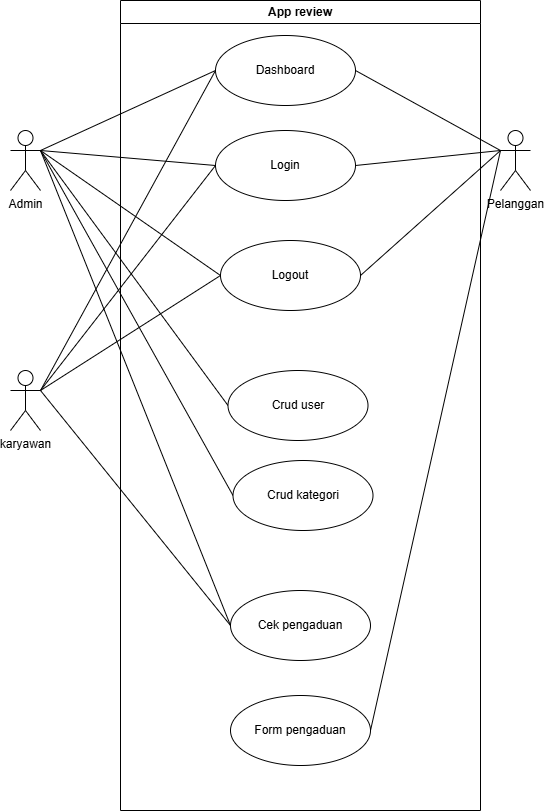
Above: laporan app pengaduan/Use case pengaduan.drawio.png in philia330/UKKP2_Fathir (draw.io), before the change. Source tidied: cells renumbered, new cells last; positions are measured from the earlier drawing's top-left corner, leaving out a move shared by most shapes.
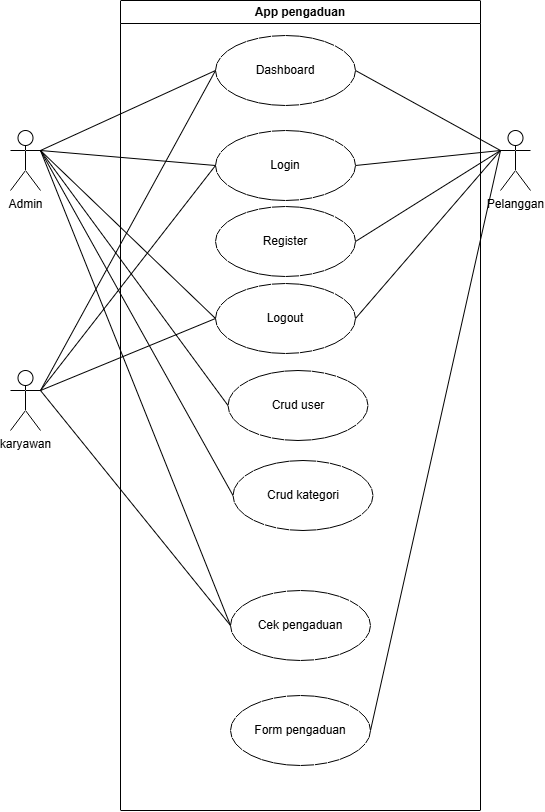
After the commit.

What changed in the source:
```diff
@@ -11,7 +11,7 @@
     <mxCell id="4" value="Pelanggan" style="shape=umlActor;verticalLabelPosition=bottom;verticalAlign=top;html=1;outlineConnect=0;" parent="1" vertex="1">
       <mxGeometry x="490" y="130" width="30" height="60" as="geometry" />
     </mxCell>
-    <mxCell id="5" value="App review" style="swimlane;whiteSpace=wrap;html=1;" parent="1" vertex="1">
+    <mxCell id="5" value="App pengaduan" style="swimlane;whiteSpace=wrap;html=1;" parent="1" vertex="1">
       <mxGeometry x="110" width="360" height="810" as="geometry" />
     </mxCell>
     <mxCell id="6" value="Dashboard" style="ellipse;whiteSpace=wrap;html=1;" parent="5" vertex="1">
@@ -21,7 +21,7 @@
       <mxGeometry x="95" y="130" width="140" height="70" as="geometry" />
     </mxCell>
     <mxCell id="8" value="Logout" style="ellipse;whiteSpace=wrap;html=1;" parent="5" vertex="1">
-      <mxGeometry x="100" y="240" width="140" height="70" as="geometry" />
+      <mxGeometry x="95" y="283" width="140" height="70" as="geometry" />
     </mxCell>
     <mxCell id="9" value="Cek pengaduan" style="ellipse;whiteSpace=wrap;html=1;" parent="5" vertex="1">
       <mxGeometry x="110" y="590" width="140" height="70" as="geometry" />
@@ -29,6 +29,9 @@
     <mxCell id="10" value="Form pengaduan" style="ellipse;whiteSpace=wrap;html=1;" parent="5" vertex="1">
       <mxGeometry x="110" y="695" width="140" height="70" as="geometry" />
     </mxCell>
+    <mxCell id="27" value="Register" style="ellipse;whiteSpace=wrap;html=1;" parent="5" vertex="1">
+      <mxGeometry x="95" y="206" width="140" height="70" as="geometry" />
+    </mxCell>
     <mxCell id="11" style="endArrow=none;html=1;rounded=0;exitX=1;exitY=0.3333333333333333;exitDx=0;exitDy=0;exitPerimeter=0;entryX=0;entryY=0.5;entryDx=0;entryDy=0;" parent="1" edge="1" source="2" target="6">
       <mxGeometry relative="1" as="geometry" />
     </mxCell>
@@ -77,5 +80,8 @@
     <mxCell id="26" style="endArrow=none;html=1;rounded=0;entryX=0;entryY=0.3333333333333333;entryDx=0;entryDy=0;entryPerimeter=0;exitX=1;exitY=0.5;exitDx=0;exitDy=0;" parent="1" edge="1" source="10" target="4">
       <mxGeometry relative="1" as="geometry" />
     </mxCell>
+    <mxCell id="28" style="endArrow=none;html=1;rounded=0;entryX=0;entryY=0.3333333333333333;entryDx=0;entryDy=0;entryPerimeter=0;exitX=1;exitY=0.5;exitDx=0;exitDy=0;" parent="1" edge="1" source="27" target="4">
+      <mxGeometry relative="1" as="geometry" />
+    </mxCell>
   </root>
 </mxGraphModel>
```
